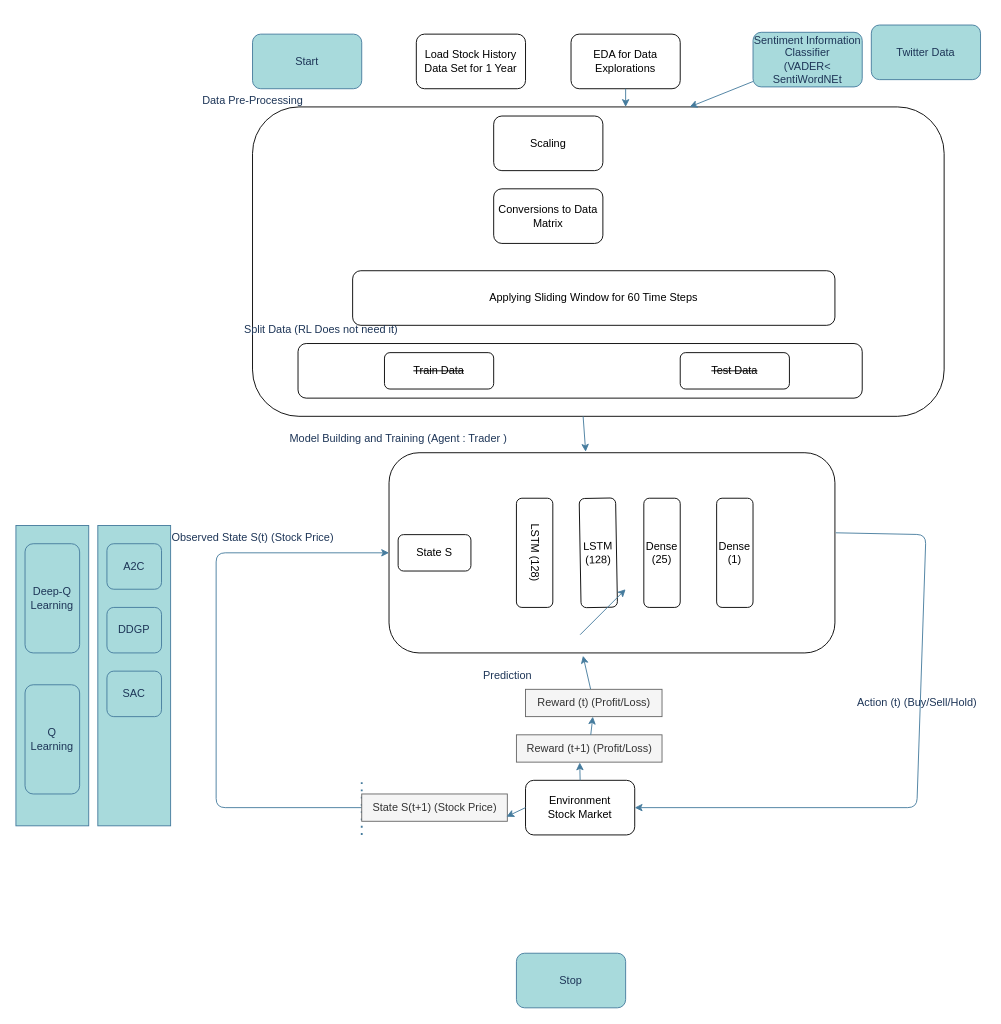
Earlier version of the draw.io diagram page "Page-3" (3 of 3) of Untitled Diagram.drawio (RatishMoondra/Course). Source tidied: cells renumbered, new cells numbered last; positions are measured from the earlier drawing's top-left corner, leaving out a move shared by most shapes. Both pictures are drawn from the tidied source at 91%, with x=0, y=0 at pixel (15, 25).
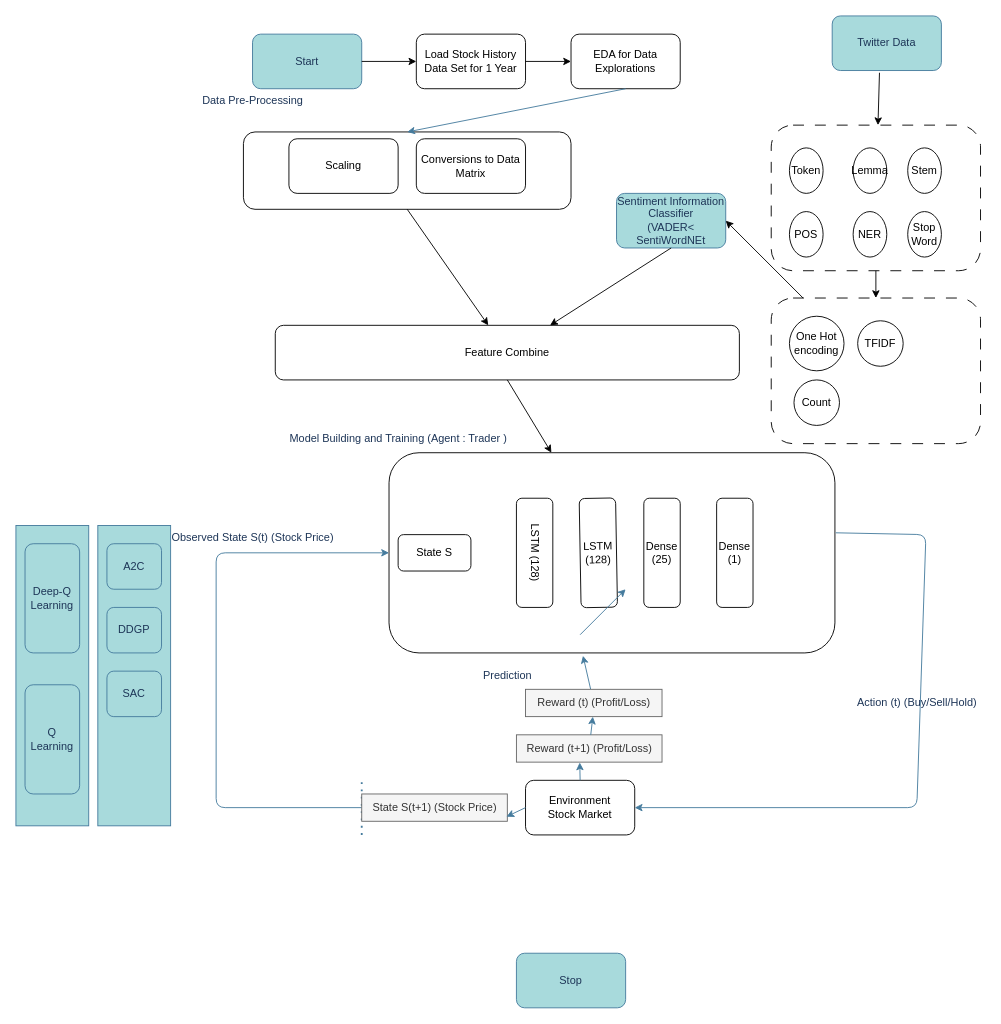
After the change.

Unchanged cells that the change refers to:
```xml
<mxCell id="2" value="Start" style="rounded=1;whiteSpace=wrap;html=1;labelBackgroundColor=none;fillColor=#A8DADC;strokeColor=#457B9D;fontColor=#1D3557;" parent="1" vertex="1">
  <mxGeometry x="260" y="10" width="120" height="60" as="geometry" />
</mxCell>
<mxCell id="5" value="Load Stock History Data Set for 1 Year" style="rounded=1;whiteSpace=wrap;html=1;" parent="1" vertex="1">
  <mxGeometry x="440" y="10" width="120" height="60" as="geometry" />
</mxCell>
<mxCell id="6" value="EDA for Data Explorations" style="rounded=1;whiteSpace=wrap;html=1;" parent="1" vertex="1">
  <mxGeometry x="610" y="10" width="120" height="60" as="geometry" />
</mxCell>
<mxCell id="13" style="rounded=1;whiteSpace=wrap;html=1;" parent="1" vertex="1">
  <mxGeometry x="410" y="470" width="490" height="220" as="geometry" />
</mxCell>
```

Change to the diagram source:
```diff
@@
     <mxCell id="4" style="rounded=1;whiteSpace=wrap;html=1;" parent="1" vertex="1">
-      <mxGeometry x="260" y="90" width="760" height="340" as="geometry" />
+      <mxGeometry x="250" y="117.5" width="360" height="85" as="geometry" />
     </mxCell>
@@
     <mxCell id="7" value="Scaling" style="rounded=1;whiteSpace=wrap;html=1;" parent="1" vertex="1">
-      <mxGeometry x="525" y="100" width="120" height="60" as="geometry" />
+      <mxGeometry x="300" y="125" width="120" height="60" as="geometry" />
     </mxCell>
     <mxCell id="8" value="Conversions to Data Matrix" style="rounded=1;whiteSpace=wrap;html=1;" parent="1" vertex="1">
-      <mxGeometry x="525" y="180" width="120" height="60" as="geometry" />
+      <mxGeometry x="440" y="125" width="120" height="60" as="geometry" />
     </mxCell>
-    <mxCell id="9" value="Applying Sliding Window for 60 Time Steps" style="rounded=1;whiteSpace=wrap;html=1;" parent="1" vertex="1">
-      <mxGeometry x="370" y="270" width="530" height="60" as="geometry" />
-    </mxCell>
-    <mxCell id="10" style="rounded=1;whiteSpace=wrap;html=1;" parent="1" vertex="1">
-      <mxGeometry x="310" y="350" width="620" height="60" as="geometry" />
-    </mxCell>
-    <mxCell id="11" value="&lt;strike&gt;Train Data&lt;/strike&gt;" style="rounded=1;whiteSpace=wrap;html=1;" parent="1" vertex="1">
-      <mxGeometry x="405" y="360" width="120" height="40" as="geometry" />
-    </mxCell>
-    <mxCell id="12" value="&lt;strike&gt;Test Data&lt;/strike&gt;" style="rounded=1;whiteSpace=wrap;html=1;" parent="1" vertex="1">
-      <mxGeometry x="730" y="360" width="120" height="40" as="geometry" />
-    </mxCell>
@@
-    <mxCell id="19" value="Split Data (RL Does not need it)" style="text;html=1;align=center;verticalAlign=middle;strokeColor=none;fillColor=none;fontColor=#1D3557;" parent="1" vertex="1">
-      <mxGeometry x="240" y="320" width="190" height="30" as="geometry" />
-    </mxCell>
@@
     <mxCell id="23" value="Twitter Data" style="rounded=1;whiteSpace=wrap;html=1;strokeColor=#457B9D;fontColor=#1D3557;fillColor=#A8DADC;" parent="1" vertex="1">
-      <mxGeometry x="940" width="120" height="60" as="geometry" />
+      <mxGeometry x="897" y="-10" width="120" height="60" as="geometry" />
     </mxCell>
     <mxCell id="24" value="Sentiment Information Classifier&lt;br&gt;(VADER&amp;lt; SentiWordNEt" style="rounded=1;whiteSpace=wrap;html=1;strokeColor=#457B9D;fontColor=#1D3557;fillColor=#A8DADC;" parent="1" vertex="1">
-      <mxGeometry x="810" y="8" width="120" height="60" as="geometry" />
+      <mxGeometry x="660" y="185" width="120" height="60" as="geometry" />
     </mxCell>
-    <mxCell id="25" style="endArrow=classic;html=1;rounded=1;strokeColor=#457B9D;fontColor=#1D3557;fillColor=#A8DADC;entryX=0.632;entryY=0;entryDx=0;entryDy=0;entryPerimeter=0;" parent="1" edge="1" source="24" target="4">
-      <mxGeometry relative="1" as="geometry" />
-    </mxCell>
-    <mxCell id="26" style="endArrow=classic;html=1;rounded=1;strokeColor=#457B9D;fontColor=#1D3557;fillColor=#A8DADC;exitX=0.5;exitY=1;exitDx=0;exitDy=0;" parent="1" edge="1" source="6">
-      <mxGeometry relative="1" as="geometry">
-        <mxPoint x="670" y="90" as="targetPoint" />
-      </mxGeometry>
+    <mxCell id="26" style="endArrow=classic;html=1;rounded=1;strokeColor=#457B9D;fontColor=#1D3557;fillColor=#A8DADC;exitX=0.5;exitY=1;exitDx=0;exitDy=0;entryX=0.5;entryY=0;entryDx=0;entryDy=0;" parent="1" edge="1" source="6" target="4">
+      <mxGeometry relative="1" as="geometry" />
     </mxCell>
@@
-    <mxCell id="31" style="endArrow=classic;html=1;rounded=1;strokeColor=#457B9D;fontColor=#1D3557;fillColor=#A8DADC;exitX=0.478;exitY=1;exitDx=0;exitDy=0;exitPerimeter=0;entryX=0.441;entryY=-0.005;entryDx=0;entryDy=0;entryPerimeter=0;" parent="1" edge="1" source="4" target="13">
-      <mxGeometry relative="1" as="geometry" />
-    </mxCell>
@@
+    <mxCell id="49" style="rounded=1;whiteSpace=wrap;html=1;dashed=1;dashPattern=12 12;strokeColor=#000000;" parent="1" vertex="1">
+      <mxGeometry x="830" y="110" width="230" height="160" as="geometry" />
+    </mxCell>
+    <mxCell id="50" value="Token" style="ellipse;whiteSpace=wrap;html=1;strokeColor=#000000;" parent="1" vertex="1">
+      <mxGeometry x="850" y="135" width="37" height="50" as="geometry" />
+    </mxCell>
+    <mxCell id="51" value="Lemma" style="ellipse;whiteSpace=wrap;html=1;strokeColor=#000000;" parent="1" vertex="1">
+      <mxGeometry x="920" y="135" width="37" height="50" as="geometry" />
+    </mxCell>
+    <mxCell id="52" value="Stem" style="ellipse;whiteSpace=wrap;html=1;strokeColor=#000000;" parent="1" vertex="1">
+      <mxGeometry x="980" y="135" width="37" height="50" as="geometry" />
+    </mxCell>
+    <mxCell id="53" value="POS" style="ellipse;whiteSpace=wrap;html=1;strokeColor=#000000;" parent="1" vertex="1">
+      <mxGeometry x="850" y="205" width="37" height="50" as="geometry" />
+    </mxCell>
+    <mxCell id="54" value="NER" style="ellipse;whiteSpace=wrap;html=1;strokeColor=#000000;" parent="1" vertex="1">
+      <mxGeometry x="920" y="205" width="37" height="50" as="geometry" />
+    </mxCell>
+    <mxCell id="55" value="Stop Word" style="ellipse;whiteSpace=wrap;html=1;strokeColor=#000000;" parent="1" vertex="1">
+      <mxGeometry x="980" y="205" width="37" height="50" as="geometry" />
+    </mxCell>
+    <mxCell id="56" style="endArrow=classic;html=1;rounded=0;exitX=0.433;exitY=1.041;exitDx=0;exitDy=0;exitPerimeter=0;" parent="1" edge="1" source="23" target="49">
+      <mxGeometry relative="1" as="geometry" />
+    </mxCell>
+    <mxCell id="57" style="rounded=1;whiteSpace=wrap;html=1;dashed=1;dashPattern=12 12;strokeColor=#000000;" parent="1" vertex="1">
+      <mxGeometry x="830" y="300" width="230" height="160" as="geometry" />
+    </mxCell>
+    <mxCell id="58" value="One Hot encoding" style="ellipse;whiteSpace=wrap;html=1;strokeColor=#000000;" parent="1" vertex="1">
+      <mxGeometry x="850" y="320" width="60" height="60" as="geometry" />
+    </mxCell>
+    <mxCell id="59" value="TFIDF" style="ellipse;whiteSpace=wrap;html=1;strokeColor=#000000;" parent="1" vertex="1">
+      <mxGeometry x="925" y="325" width="50" height="50" as="geometry" />
+    </mxCell>
+    <mxCell id="60" value="Count" style="ellipse;whiteSpace=wrap;html=1;strokeColor=#000000;" parent="1" vertex="1">
+      <mxGeometry x="855" y="390" width="50" height="50" as="geometry" />
+    </mxCell>
+    <mxCell id="61" style="endArrow=classic;html=1;rounded=0;exitX=0.5;exitY=1;exitDx=0;exitDy=0;" parent="1" edge="1" source="49" target="57">
+      <mxGeometry relative="1" as="geometry" />
+    </mxCell>
+    <mxCell id="62" style="endArrow=classic;html=1;rounded=0;entryX=1;entryY=0.5;entryDx=0;entryDy=0;" parent="1" edge="1" source="57" target="24">
+      <mxGeometry relative="1" as="geometry" />
+    </mxCell>
+    <mxCell id="63" value="Feature Combine" style="rounded=1;whiteSpace=wrap;html=1;" parent="1" vertex="1">
+      <mxGeometry x="285" y="330" width="510" height="60" as="geometry" />
+    </mxCell>
+    <mxCell id="64" style="endArrow=classic;html=1;rounded=0;exitX=1;exitY=0.5;exitDx=0;exitDy=0;entryX=0;entryY=0.5;entryDx=0;entryDy=0;" parent="1" edge="1" source="5" target="6">
+      <mxGeometry relative="1" as="geometry" />
+    </mxCell>
+    <mxCell id="65" style="endArrow=classic;html=1;rounded=0;exitX=1;exitY=0.5;exitDx=0;exitDy=0;entryX=0;entryY=0.5;entryDx=0;entryDy=0;" parent="1" edge="1" source="2" target="5">
+      <mxGeometry relative="1" as="geometry" />
+    </mxCell>
+    <mxCell id="66" style="endArrow=classic;html=1;rounded=0;exitX=0.5;exitY=1;exitDx=0;exitDy=0;" parent="1" edge="1" source="4" target="63">
+      <mxGeometry relative="1" as="geometry" />
+    </mxCell>
+    <mxCell id="67" style="endArrow=classic;html=1;rounded=0;exitX=0.5;exitY=1;exitDx=0;exitDy=0;" parent="1" edge="1" source="24" target="63">
+      <mxGeometry relative="1" as="geometry" />
+    </mxCell>
+    <mxCell id="68" style="endArrow=classic;html=1;rounded=0;exitX=0.5;exitY=1;exitDx=0;exitDy=0;" parent="1" edge="1" source="63" target="13">
+      <mxGeometry relative="1" as="geometry" />
+    </mxCell>
```
